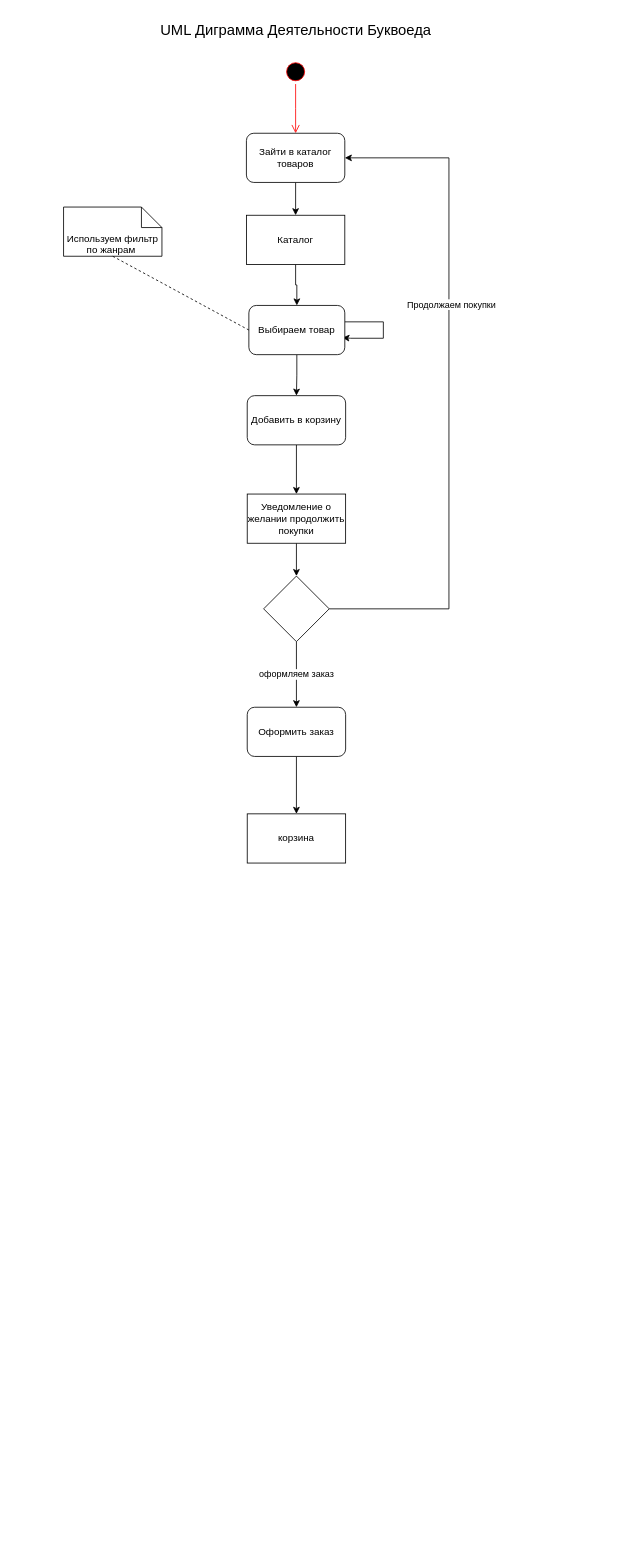
Earlier version of the draw.io diagram Диаграмма без названия.drawio (Yagerori/DKR_TEX). Source tidied: cells renumbered, new cells numbered last; positions are measured from the earlier drawing's top-left corner, leaving out a move shared by most shapes. Both pictures are drawn from the tidied source at 82%, with x=0, y=0 at pixel (63, 14).
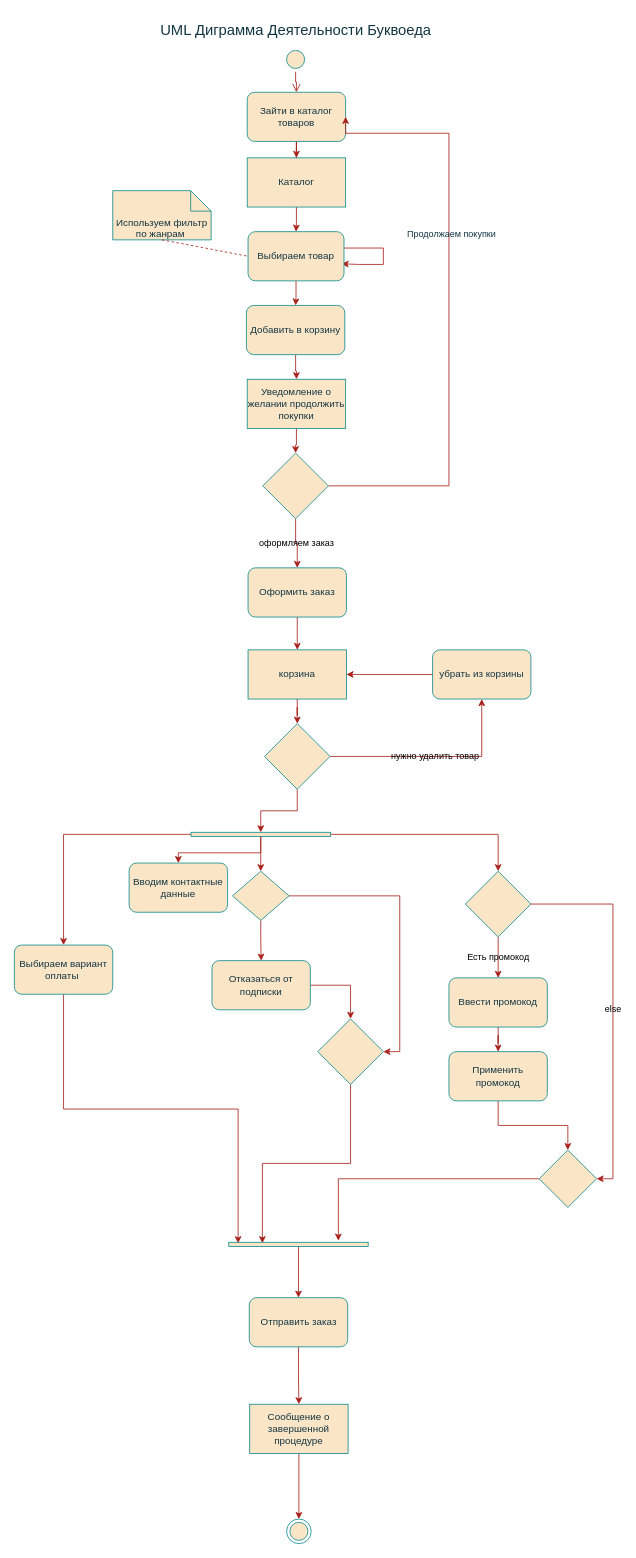
Above is the later version.

Commit message:
UML Диграмма Деятельности Буквоеда.drawio

The edit, as a diff of the source:
```diff
@@
-    <mxCell id="2" value="UML Диграмма Деятельности Буквоеда" style="text;html=1;align=center;verticalAlign=middle;strokeColor=none;fillColor=none;fontSize=18;" parent="1" vertex="1">
+    <mxCell id="2" value="UML Диграмма Деятельности Буквоеда" style="text;html=1;align=center;verticalAlign=middle;strokeColor=none;fillColor=none;fontSize=18;labelBackgroundColor=none;fontColor=#143642;" parent="1" vertex="1">
       <mxGeometry x="108" width="350" height="40" as="geometry" />
     </mxCell>
-    <mxCell id="3" style="ellipse;html=1;shape=startState;fillColor=#000000;strokeColor=#ff0000;" parent="1" vertex="1">
-      <mxGeometry x="268" y="55" width="30" height="30" as="geometry" />
+    <mxCell id="3" style="ellipse;html=1;shape=startState;fillColor=#FAE5C7;strokeColor=#0F8B8D;labelBackgroundColor=none;fontColor=#143642;" parent="1" vertex="1">
+      <mxGeometry x="268" y="40" width="30" height="30" as="geometry" />
     </mxCell>
-    <mxCell id="4" style="edgeStyle=orthogonalEdgeStyle;html=1;verticalAlign=bottom;endArrow=open;endSize=8;strokeColor=#ff0000;rounded=0;" parent="1" edge="1" source="3">
-      <mxGeometry relative="1" as="geometry">
-        <mxPoint x="283" y="145" as="targetPoint" />
-      </mxGeometry>
+    <mxCell id="4" style="edgeStyle=orthogonalEdgeStyle;html=1;verticalAlign=bottom;endArrow=open;endSize=8;strokeColor=#A8201A;rounded=0;entryX=0.5;entryY=0;entryDx=0;entryDy=0;labelBackgroundColor=none;fontColor=default;" parent="1" edge="1" source="3" target="6">
+      <mxGeometry relative="1" as="geometry" />
     </mxCell>
-    <mxCell id="5" style="edgeStyle=orthogonalEdgeStyle;rounded=0;jettySize=auto;html=1;" parent="1" edge="1" source="6" target="8">
+    <mxCell id="5" style="edgeStyle=orthogonalEdgeStyle;rounded=0;jettySize=auto;html=1;labelBackgroundColor=none;strokeColor=#A8201A;fontColor=default;" parent="1" edge="1" source="6" target="8">
       <mxGeometry relative="1" as="geometry" />
     </mxCell>
-    <mxCell id="6" value="Зайти в каталог товаров" style="rounded=1;whiteSpace=wrap;html=1;" parent="1" vertex="1">
-      <mxGeometry x="223" y="145" width="120" height="60" as="geometry" />
+    <mxCell id="6" value="Зайти в каталог товаров" style="rounded=1;whiteSpace=wrap;html=1;labelBackgroundColor=none;fillColor=#FAE5C7;strokeColor=#0F8B8D;fontColor=#143642;" parent="1" vertex="1">
+      <mxGeometry x="224" y="95" width="120" height="60" as="geometry" />
     </mxCell>
-    <mxCell id="7" style="edgeStyle=orthogonalEdgeStyle;rounded=0;jettySize=auto;html=1;entryX=0.5;entryY=0;entryDx=0;entryDy=0;" parent="1" edge="1" source="8" target="11">
+    <mxCell id="7" style="edgeStyle=orthogonalEdgeStyle;rounded=0;jettySize=auto;html=1;entryX=0.5;entryY=0;entryDx=0;entryDy=0;labelBackgroundColor=none;strokeColor=#A8201A;fontColor=default;" parent="1" edge="1" source="8" target="11">
       <mxGeometry relative="1" as="geometry" />
     </mxCell>
-    <mxCell id="8" value="Каталог" style="rounded=0;whiteSpace=wrap;html=1;" parent="1" vertex="1">
-      <mxGeometry x="223" y="245" width="120" height="60" as="geometry" />
+    <mxCell id="8" value="Каталог" style="rounded=0;whiteSpace=wrap;html=1;labelBackgroundColor=none;fillColor=#FAE5C7;strokeColor=#0F8B8D;fontColor=#143642;" parent="1" vertex="1">
+      <mxGeometry x="224" y="175" width="120" height="60" as="geometry" />
     </mxCell>
-    <mxCell id="9" style="edgeStyle=orthogonalEdgeStyle;rounded=0;orthogonalLoop=1;jettySize=auto;html=1;entryX=0.975;entryY=0.654;entryDx=0;entryDy=0;entryPerimeter=0;" parent="1" edge="1" source="11" target="11">
+    <mxCell id="9" style="edgeStyle=orthogonalEdgeStyle;rounded=0;orthogonalLoop=1;jettySize=auto;html=1;entryX=0.975;entryY=0.654;entryDx=0;entryDy=0;entryPerimeter=0;labelBackgroundColor=none;strokeColor=#A8201A;fontColor=default;" parent="1" edge="1" source="11" target="11">
       <mxGeometry relative="1" as="geometry">
         <Array as="points">
-          <mxPoint x="390" y="375" />
-          <mxPoint x="390" y="395" />
-          <mxPoint x="350" y="395" />
+          <mxPoint x="390" y="285" />
+          <mxPoint x="390" y="305" />
+          <mxPoint x="360" y="305" />
         </Array>
       </mxGeometry>
     </mxCell>
-    <mxCell id="10" style="edgeStyle=orthogonalEdgeStyle;rounded=0;jettySize=auto;html=1;" parent="1" edge="1" source="11" target="15">
+    <mxCell id="10" style="edgeStyle=orthogonalEdgeStyle;rounded=0;jettySize=auto;html=1;labelBackgroundColor=none;strokeColor=#A8201A;fontColor=default;" parent="1" edge="1" source="11" target="15">
       <mxGeometry relative="1" as="geometry" />
     </mxCell>
-    <mxCell id="11" value="Выбираем товар" style="rounded=1;whiteSpace=wrap;html=1;" parent="1" vertex="1">
-      <mxGeometry x="226" y="355" width="117" height="60" as="geometry" />
+    <mxCell id="11" value="Выбираем товар" style="rounded=1;whiteSpace=wrap;html=1;labelBackgroundColor=none;fillColor=#FAE5C7;strokeColor=#0F8B8D;fontColor=#143642;" parent="1" vertex="1">
+      <mxGeometry x="225" y="265" width="117" height="60" as="geometry" />
     </mxCell>
-    <mxCell id="12" value="Используем фильтр по жанрам&amp;nbsp;" style="shape=note2;boundedLbl=1;whiteSpace=wrap;html=1;size=25;verticalAlign=top;align=center;" parent="1" vertex="1">
-      <mxGeometry y="235" width="120" height="60" as="geometry" />
+    <mxCell id="12" value="Используем фильтр по жанрам&amp;nbsp;" style="shape=note2;boundedLbl=1;whiteSpace=wrap;html=1;size=25;verticalAlign=top;align=center;labelBackgroundColor=none;fillColor=#FAE5C7;strokeColor=#0F8B8D;fontColor=#143642;" parent="1" vertex="1">
+      <mxGeometry x="60" y="215" width="120" height="60" as="geometry" />
     </mxCell>
-    <mxCell id="13" style="endArrow=none;dashed=1;html=1;rounded=0;exitX=0.5;exitY=1;exitDx=0;exitDy=0;exitPerimeter=0;entryX=0;entryY=0.5;entryDx=0;entryDy=0;" parent="1" edge="1" source="12" target="11">
+    <mxCell id="13" style="endArrow=none;dashed=1;html=1;rounded=0;exitX=0.5;exitY=1;exitDx=0;exitDy=0;exitPerimeter=0;entryX=0;entryY=0.5;entryDx=0;entryDy=0;labelBackgroundColor=none;strokeColor=#A8201A;fontColor=default;" parent="1" edge="1" source="12" target="11">
       <mxGeometry relative="1" as="geometry" />
     </mxCell>
-    <mxCell id="14" style="edgeStyle=orthogonalEdgeStyle;rounded=0;jettySize=auto;html=1;" parent="1" edge="1" source="15" target="17">
+    <mxCell id="14" style="edgeStyle=orthogonalEdgeStyle;rounded=0;jettySize=auto;html=1;labelBackgroundColor=none;strokeColor=#A8201A;fontColor=default;" parent="1" edge="1" source="15" target="17">
       <mxGeometry relative="1" as="geometry" />
     </mxCell>
-    <mxCell id="15" value="Добавить в корзину" style="rounded=1;whiteSpace=wrap;html=1;" parent="1" vertex="1">
-      <mxGeometry x="224" y="465" width="120" height="60" as="geometry" />
+    <mxCell id="15" value="Добавить в корзину" style="rounded=1;whiteSpace=wrap;html=1;labelBackgroundColor=none;fillColor=#FAE5C7;strokeColor=#0F8B8D;fontColor=#143642;" parent="1" vertex="1">
+      <mxGeometry x="223" y="355" width="120" height="60" as="geometry" />
     </mxCell>
-    <mxCell id="16" style="edgeStyle=orthogonalEdgeStyle;rounded=0;jettySize=auto;html=1;" parent="1" edge="1" source="17" target="21">
+    <mxCell id="16" style="edgeStyle=orthogonalEdgeStyle;rounded=0;jettySize=auto;html=1;labelBackgroundColor=none;strokeColor=#A8201A;fontColor=default;" parent="1" edge="1" source="17" target="21">
       <mxGeometry relative="1" as="geometry" />
     </mxCell>
-    <mxCell id="17" value="Уведомление о желании продолжить покупки" style="rounded=0;whiteSpace=wrap;html=1;" parent="1" vertex="1">
-      <mxGeometry x="224" y="585" width="120" height="60" as="geometry" />
+    <mxCell id="17" value="Уведомление о желании продолжить покупки" style="rounded=0;whiteSpace=wrap;html=1;labelBackgroundColor=none;fillColor=#FAE5C7;strokeColor=#0F8B8D;fontColor=#143642;" parent="1" vertex="1">
+      <mxGeometry x="224" y="445" width="120" height="60" as="geometry" />
     </mxCell>
-    <mxCell id="18" style="edgeStyle=orthogonalEdgeStyle;rounded=0;jettySize=auto;html=1;entryX=1;entryY=0.5;entryDx=0;entryDy=0;" parent="1" edge="1" source="21" target="6">
+    <mxCell id="18" style="edgeStyle=orthogonalEdgeStyle;rounded=0;jettySize=auto;html=1;entryX=1;entryY=0.5;entryDx=0;entryDy=0;exitX=1;exitY=0.5;exitDx=0;exitDy=0;labelBackgroundColor=none;strokeColor=#A8201A;fontColor=default;" parent="1" edge="1" source="21" target="6">
       <mxGeometry relative="1" as="geometry">
         <Array as="points">
-          <mxPoint x="470" y="725" />
-          <mxPoint x="470" y="175" />
+          <mxPoint x="470" y="575" />
+          <mxPoint x="470" y="145" />
+          <mxPoint x="344" y="145" />
         </Array>
       </mxGeometry>
     </mxCell>
-    <mxCell id="19" value="Продолжаем покупки" style="edgeLabel;html=1;align=center;verticalAlign=middle;" parent="18" vertex="1">
+    <mxCell id="19" value="Продолжаем покупки" style="edgeLabel;html=1;align=center;verticalAlign=middle;labelBackgroundColor=none;fontColor=#143642;" parent="18" vertex="1">
       <mxGeometry x="0.26" y="-2" relative="1" as="geometry" />
     </mxCell>
-    <mxCell id="20" value="оформляем заказ" style="edgeStyle=orthogonalEdgeStyle;rounded=0;jettySize=auto;html=1;" parent="1" edge="1" source="21" target="23">
+    <mxCell id="20" value="оформляем заказ" style="edgeStyle=orthogonalEdgeStyle;rounded=0;jettySize=auto;html=1;labelBackgroundColor=none;strokeColor=#A8201A;fontColor=default;" parent="1" edge="1" source="21" target="23">
       <mxGeometry relative="1" as="geometry" />
     </mxCell>
-    <mxCell id="21" style="rhombus;whiteSpace=wrap;html=1;" parent="1" vertex="1">
-      <mxGeometry x="244" y="685" width="80" height="80" as="geometry" />
+    <mxCell id="21" style="rhombus;whiteSpace=wrap;html=1;labelBackgroundColor=none;fillColor=#FAE5C7;strokeColor=#0F8B8D;fontColor=#143642;" parent="1" vertex="1">
+      <mxGeometry x="243" y="535" width="80" height="80" as="geometry" />
     </mxCell>
-    <mxCell id="22" style="edgeStyle=orthogonalEdgeStyle;rounded=0;jettySize=auto;html=1;" parent="1" edge="1" source="23" target="24">
+    <mxCell id="22" style="edgeStyle=orthogonalEdgeStyle;rounded=0;jettySize=auto;html=1;labelBackgroundColor=none;strokeColor=#A8201A;fontColor=default;" parent="1" edge="1" source="23" target="24">
       <mxGeometry relative="1" as="geometry" />
     </mxCell>
-    <mxCell id="23" value="Оформить заказ" style="rounded=1;whiteSpace=wrap;html=1;" parent="1" vertex="1">
-      <mxGeometry x="224" y="845" width="120" height="60" as="geometry" />
+    <mxCell id="23" value="Оформить заказ" style="rounded=1;whiteSpace=wrap;html=1;labelBackgroundColor=none;fillColor=#FAE5C7;strokeColor=#0F8B8D;fontColor=#143642;" parent="1" vertex="1">
+      <mxGeometry x="225" y="675" width="120" height="60" as="geometry" />
     </mxCell>
+    <mxCell id="25" style="edgeStyle=orthogonalEdgeStyle;rounded=0;jettySize=auto;html=1;entryX=0.5;entryY=0;entryDx=0;entryDy=0;labelBackgroundColor=none;strokeColor=#A8201A;fontColor=default;" parent="1" edge="1" source="24" target="28">
+      <mxGeometry relative="1" as="geometry" />
+    </mxCell>
-    <mxCell id="24" value="корзина" style="rounded=0;whiteSpace=wrap;html=1;" parent="1" vertex="1">
-      <mxGeometry x="224" y="975" width="120" height="60" as="geometry" />
+    <mxCell id="24" value="корзина" style="rounded=0;whiteSpace=wrap;html=1;labelBackgroundColor=none;fillColor=#FAE5C7;strokeColor=#0F8B8D;fontColor=#143642;" parent="1" vertex="1">
+      <mxGeometry x="225" y="775" width="120" height="60" as="geometry" />
     </mxCell>
+    <mxCell id="26" value="нужно удалить товар" style="edgeStyle=orthogonalEdgeStyle;rounded=0;jettySize=auto;html=1;entryX=0.5;entryY=1;entryDx=0;entryDy=0;labelBackgroundColor=none;strokeColor=#A8201A;fontColor=default;" parent="1" edge="1" source="28" target="30">
+      <mxGeometry relative="1" as="geometry" />
+    </mxCell>
+    <mxCell id="27" style="edgeStyle=orthogonalEdgeStyle;rounded=0;jettySize=auto;html=1;labelBackgroundColor=none;strokeColor=#A8201A;fontColor=default;" parent="1" edge="1" source="28" target="35">
+      <mxGeometry relative="1" as="geometry" />
+    </mxCell>
+    <mxCell id="28" style="rhombus;whiteSpace=wrap;html=1;labelBackgroundColor=none;fillColor=#FAE5C7;strokeColor=#0F8B8D;fontColor=#143642;" parent="1" vertex="1">
+      <mxGeometry x="245" y="865" width="80" height="80" as="geometry" />
+    </mxCell>
+    <mxCell id="29" style="edgeStyle=orthogonalEdgeStyle;rounded=0;jettySize=auto;html=1;entryX=1;entryY=0.5;entryDx=0;entryDy=0;labelBackgroundColor=none;strokeColor=#A8201A;fontColor=default;" parent="1" edge="1" source="30" target="24">
+      <mxGeometry relative="1" as="geometry" />
+    </mxCell>
+    <mxCell id="30" value="убрать из корзины" style="rounded=1;whiteSpace=wrap;html=1;labelBackgroundColor=none;fillColor=#FAE5C7;strokeColor=#0F8B8D;fontColor=#143642;" parent="1" vertex="1">
+      <mxGeometry x="450" y="775" width="120" height="60" as="geometry" />
+    </mxCell>
+    <mxCell id="31" style="edgeStyle=orthogonalEdgeStyle;rounded=0;jettySize=auto;html=1;entryX=0.5;entryY=0;entryDx=0;entryDy=0;labelBackgroundColor=none;strokeColor=#A8201A;fontColor=default;" parent="1" edge="1" source="35" target="36">
+      <mxGeometry relative="1" as="geometry" />
+    </mxCell>
+    <mxCell id="32" style="edgeStyle=orthogonalEdgeStyle;rounded=0;jettySize=auto;html=1;labelBackgroundColor=none;strokeColor=#A8201A;fontColor=default;" parent="1" edge="1" source="35">
+      <mxGeometry relative="1" as="geometry">
+        <mxPoint x="240.5" y="1045" as="targetPoint" />
+      </mxGeometry>
+    </mxCell>
+    <mxCell id="33" style="edgeStyle=orthogonalEdgeStyle;rounded=0;jettySize=auto;html=1;labelBackgroundColor=none;strokeColor=#A8201A;fontColor=default;" parent="1" edge="1" source="35" target="46">
+      <mxGeometry relative="1" as="geometry" />
+    </mxCell>
+    <mxCell id="34" style="edgeStyle=orthogonalEdgeStyle;rounded=0;jettySize=auto;html=1;entryX=0.5;entryY=0;entryDx=0;entryDy=0;labelBackgroundColor=none;strokeColor=#A8201A;fontColor=default;" parent="1" edge="1" source="35" target="54">
+      <mxGeometry relative="1" as="geometry" />
+    </mxCell>
+    <mxCell id="35" style="html=1;points=[];perimeter=orthogonalPerimeter;fillColor=#FAE5C7;rotation=-90;labelBackgroundColor=none;strokeColor=#0F8B8D;fontColor=#143642;" parent="1" vertex="1">
+      <mxGeometry x="238" y="915" width="5" height="170" as="geometry" />
+    </mxCell>
+    <mxCell id="36" value="Вводим контактные данные" style="rounded=1;whiteSpace=wrap;html=1;labelBackgroundColor=none;fillColor=#FAE5C7;strokeColor=#0F8B8D;fontColor=#143642;" parent="1" vertex="1">
+      <mxGeometry x="80" y="1035" width="120" height="60" as="geometry" />
+    </mxCell>
+    <mxCell id="37" style="edgeStyle=orthogonalEdgeStyle;rounded=0;jettySize=auto;html=1;entryX=0.5;entryY=0;entryDx=0;entryDy=0;labelBackgroundColor=none;strokeColor=#A8201A;fontColor=default;" parent="1" edge="1" source="39" target="41">
+      <mxGeometry relative="1" as="geometry" />
+    </mxCell>
+    <mxCell id="38" style="edgeStyle=orthogonalEdgeStyle;rounded=0;jettySize=auto;html=1;entryX=1;entryY=0.5;entryDx=0;entryDy=0;labelBackgroundColor=none;strokeColor=#A8201A;fontColor=default;" parent="1" edge="1" source="39" target="43">
+      <mxGeometry relative="1" as="geometry" />
+    </mxCell>
+    <mxCell id="39" style="rhombus;whiteSpace=wrap;html=1;labelBackgroundColor=none;fillColor=#FAE5C7;strokeColor=#0F8B8D;fontColor=#143642;" parent="1" vertex="1">
+      <mxGeometry x="206" y="1045" width="69" height="60" as="geometry" />
+    </mxCell>
+    <mxCell id="40" style="edgeStyle=orthogonalEdgeStyle;rounded=0;jettySize=auto;html=1;labelBackgroundColor=none;strokeColor=#A8201A;fontColor=default;" parent="1" edge="1" source="41" target="43">
+      <mxGeometry relative="1" as="geometry" />
+    </mxCell>
+    <mxCell id="41" value="Отказаться от подписки" style="rounded=1;whiteSpace=wrap;html=1;labelBackgroundColor=none;fillColor=#FAE5C7;strokeColor=#0F8B8D;fontColor=#143642;" parent="1" vertex="1">
+      <mxGeometry x="181" y="1154" width="120" height="60" as="geometry" />
+    </mxCell>
+    <mxCell id="42" style="edgeStyle=orthogonalEdgeStyle;rounded=0;jettySize=auto;html=1;entryX=0.774;entryY=0.241;entryDx=0;entryDy=0;entryPerimeter=0;labelBackgroundColor=none;strokeColor=#A8201A;fontColor=default;" parent="1" edge="1" source="43" target="56">
+      <mxGeometry relative="1" as="geometry" />
+    </mxCell>
+    <mxCell id="43" style="rhombus;whiteSpace=wrap;html=1;labelBackgroundColor=none;fillColor=#FAE5C7;strokeColor=#0F8B8D;fontColor=#143642;" parent="1" vertex="1">
+      <mxGeometry x="310" y="1225" width="80" height="80" as="geometry" />
+    </mxCell>
+    <mxCell id="44" value="Есть промокод" style="edgeStyle=orthogonalEdgeStyle;rounded=0;jettySize=auto;html=1;labelBackgroundColor=none;strokeColor=#A8201A;fontColor=default;" parent="1" edge="1" source="46" target="48">
+      <mxGeometry relative="1" as="geometry" />
+    </mxCell>
+    <mxCell id="45" value="else" style="edgeStyle=orthogonalEdgeStyle;rounded=0;jettySize=auto;html=1;entryX=1;entryY=0.5;entryDx=0;entryDy=0;labelBackgroundColor=none;strokeColor=#A8201A;fontColor=default;" parent="1" edge="1" source="46" target="50">
+      <mxGeometry relative="1" as="geometry" />
+    </mxCell>
+    <mxCell id="46" style="rhombus;whiteSpace=wrap;html=1;labelBackgroundColor=none;fillColor=#FAE5C7;strokeColor=#0F8B8D;fontColor=#143642;" parent="1" vertex="1">
+      <mxGeometry x="490" y="1045" width="80" height="80" as="geometry" />
+    </mxCell>
+    <mxCell id="47" style="edgeStyle=orthogonalEdgeStyle;rounded=0;jettySize=auto;html=1;labelBackgroundColor=none;strokeColor=#A8201A;fontColor=default;" parent="1" edge="1" source="48" target="52">
+      <mxGeometry relative="1" as="geometry" />
+    </mxCell>
+    <mxCell id="48" value="Ввести промокод" style="rounded=1;whiteSpace=wrap;html=1;labelBackgroundColor=none;fillColor=#FAE5C7;strokeColor=#0F8B8D;fontColor=#143642;" parent="1" vertex="1">
+      <mxGeometry x="470" y="1175" width="120" height="60" as="geometry" />
+    </mxCell>
+    <mxCell id="49" style="edgeStyle=orthogonalEdgeStyle;rounded=0;jettySize=auto;html=1;entryX=1.405;entryY=0.786;entryDx=0;entryDy=0;entryPerimeter=0;labelBackgroundColor=none;strokeColor=#A8201A;fontColor=default;" parent="1" edge="1" source="50" target="56">
+      <mxGeometry relative="1" as="geometry" />
+    </mxCell>
+    <mxCell id="50" style="rhombus;whiteSpace=wrap;html=1;labelBackgroundColor=none;fillColor=#FAE5C7;strokeColor=#0F8B8D;fontColor=#143642;" parent="1" vertex="1">
+      <mxGeometry x="580" y="1385" width="70" height="70" as="geometry" />
+    </mxCell>
+    <mxCell id="51" style="edgeStyle=orthogonalEdgeStyle;rounded=0;jettySize=auto;html=1;entryX=0.5;entryY=0;entryDx=0;entryDy=0;labelBackgroundColor=none;strokeColor=#A8201A;fontColor=default;" parent="1" edge="1" source="52" target="50">
+      <mxGeometry relative="1" as="geometry" />
+    </mxCell>
+    <mxCell id="52" value="Применить промокод" style="rounded=1;whiteSpace=wrap;html=1;labelBackgroundColor=none;fillColor=#FAE5C7;strokeColor=#0F8B8D;fontColor=#143642;" parent="1" vertex="1">
+      <mxGeometry x="470" y="1265" width="120" height="60" as="geometry" />
+    </mxCell>
+    <mxCell id="53" style="edgeStyle=orthogonalEdgeStyle;rounded=0;jettySize=auto;html=1;entryX=0.774;entryY=0.067;entryDx=0;entryDy=0;entryPerimeter=0;labelBackgroundColor=none;strokeColor=#A8201A;fontColor=default;" parent="1" edge="1" source="54" target="56">
+      <mxGeometry relative="1" as="geometry">
+        <Array as="points">
+          <mxPoint y="1335" />
+          <mxPoint x="213" y="1335" />
+        </Array>
+      </mxGeometry>
+    </mxCell>
+    <mxCell id="54" value="Выбираем вариант оплаты&amp;nbsp;" style="rounded=1;whiteSpace=wrap;html=1;labelBackgroundColor=none;fillColor=#FAE5C7;strokeColor=#0F8B8D;fontColor=#143642;" parent="1" vertex="1">
+      <mxGeometry x="-60" y="1135" width="120" height="60" as="geometry" />
+    </mxCell>
+    <mxCell id="55" style="edgeStyle=orthogonalEdgeStyle;rounded=0;jettySize=auto;html=1;entryX=0.5;entryY=0;entryDx=0;entryDy=0;labelBackgroundColor=none;strokeColor=#A8201A;fontColor=default;" parent="1" edge="1" source="56" target="58">
+      <mxGeometry relative="1" as="geometry" />
+    </mxCell>
+    <mxCell id="56" style="html=1;points=[];perimeter=orthogonalPerimeter;fillColor=#FAE5C7;rotation=-90;labelBackgroundColor=none;strokeColor=#0F8B8D;fontColor=#143642;" parent="1" vertex="1">
+      <mxGeometry x="284" y="1415" width="5" height="170" as="geometry" />
+    </mxCell>
+    <mxCell id="57" style="edgeStyle=orthogonalEdgeStyle;rounded=0;jettySize=auto;html=1;labelBackgroundColor=none;strokeColor=#A8201A;fontColor=default;" parent="1" edge="1" source="58" target="60">
+      <mxGeometry relative="1" as="geometry" />
+    </mxCell>
+    <mxCell id="58" value="Отправить заказ" style="rounded=1;whiteSpace=wrap;html=1;labelBackgroundColor=none;fillColor=#FAE5C7;strokeColor=#0F8B8D;fontColor=#143642;" parent="1" vertex="1">
+      <mxGeometry x="226.5" y="1565" width="120" height="60" as="geometry" />
+    </mxCell>
+    <mxCell id="59" style="edgeStyle=orthogonalEdgeStyle;rounded=0;jettySize=auto;html=1;labelBackgroundColor=none;strokeColor=#A8201A;fontColor=default;" parent="1" edge="1" source="60" target="61">
+      <mxGeometry relative="1" as="geometry" />
+    </mxCell>
+    <mxCell id="60" value="Сообщение о завершенной процедуре" style="rounded=0;whiteSpace=wrap;html=1;labelBackgroundColor=none;fillColor=#FAE5C7;strokeColor=#0F8B8D;fontColor=#143642;" parent="1" vertex="1">
+      <mxGeometry x="227" y="1695" width="120" height="60" as="geometry" />
+    </mxCell>
+    <mxCell id="61" style="ellipse;html=1;shape=endState;fillColor=#FAE5C7;strokeColor=#0F8B8D;labelBackgroundColor=none;fontColor=#143642;" parent="1" vertex="1">
+      <mxGeometry x="272" y="1835" width="30" height="30" as="geometry" />
+    </mxCell>
```
